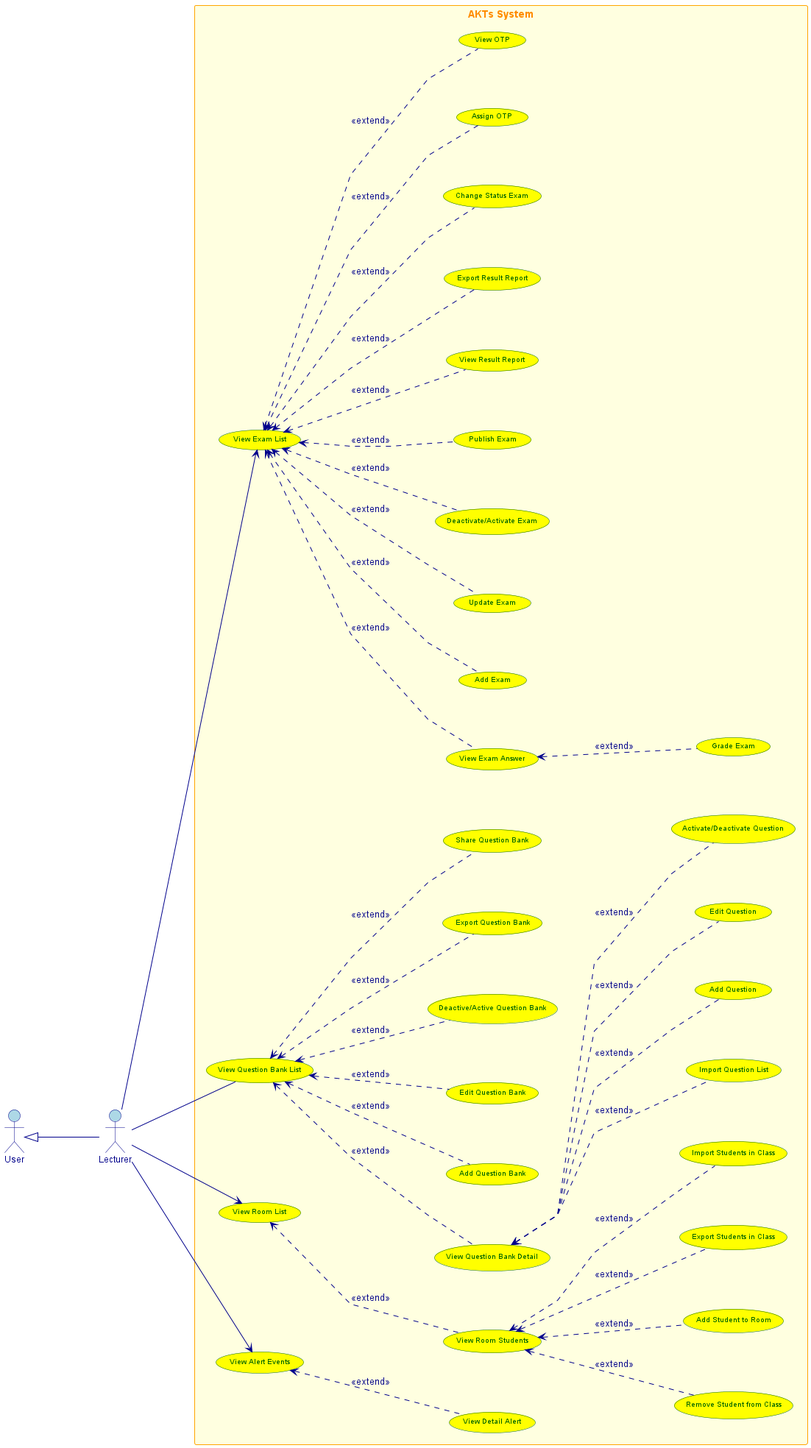
The PlantUML diagram design/out/teacher/teacher.png in conghoan1211/AI-Kiosk-Testing-system, before a commit.
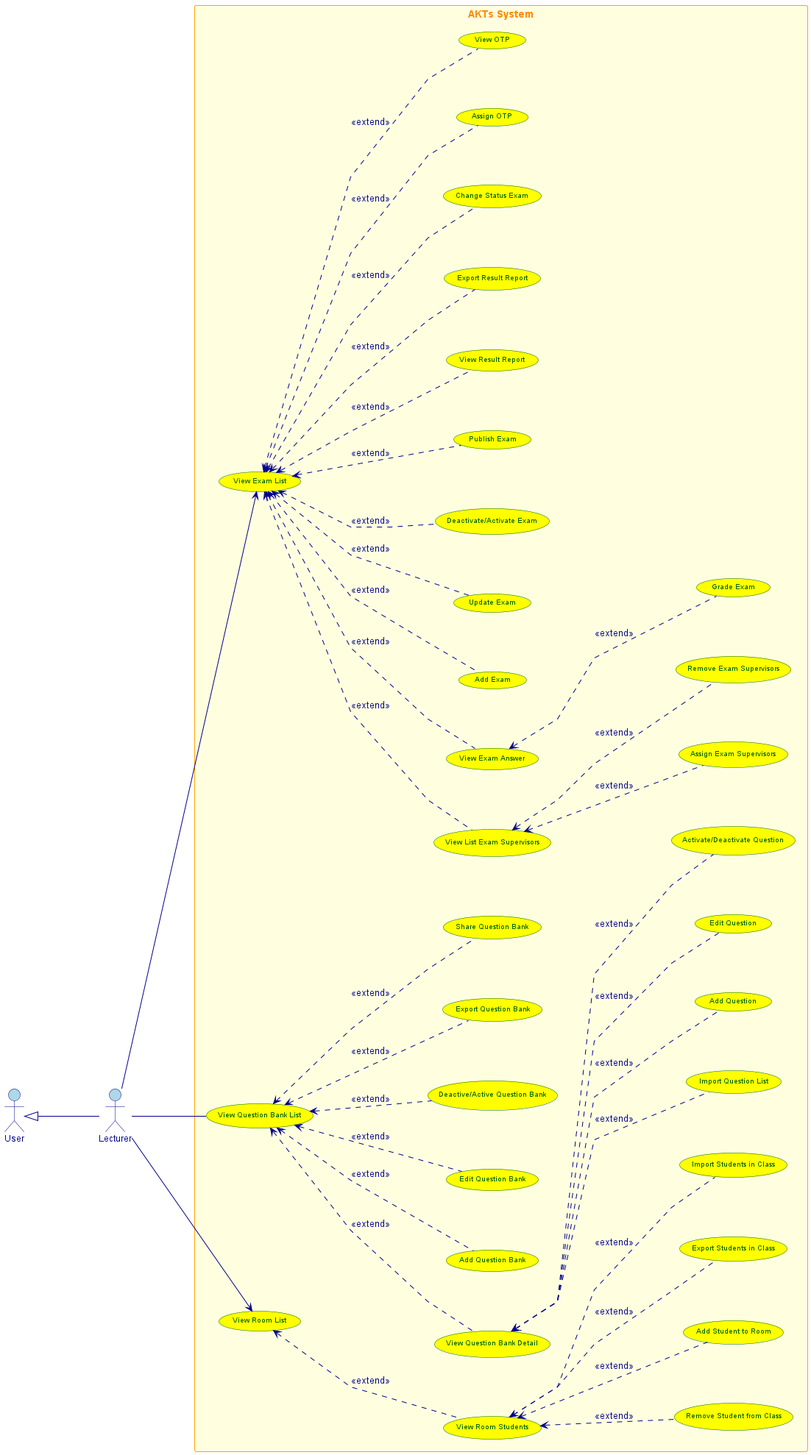
The same file after the commit.

What changed in the source:
```diff
@@ -46,8 +46,6 @@
     usecase "Deactive/Active Question Bank" as UC5
     usecase "Export Question Bank" as UC26
     usecase "Import Question List" as UC27
-    usecase "View Alert Events" as UC6
-    usecase "View Detail Alert" as UC7
     usecase "Add Question" as UC8
     usecase "Edit Question" as UC9
     usecase "Activate/Deactivate Question" as UC10
@@ -70,10 +68,12 @@
     usecase "Change Status Exam" as UC31
     usecase "Assign OTP" as UC32
     usecase "View OTP" as UC33
+    usecase "View List Exam Supervisors" as UC34
+    usecase "Assign Exam Supervisors" as UC35
+    usecase "Remove Exam Supervisors" as UC36
 
 
     Lecturer -- UC1
-    Lecturer --> UC6
     Lecturer --> UC12
     Lecturer --> UC21
 
@@ -83,7 +83,6 @@
     UC4 .u.> UC1 : <<extend>>
     UC5 .u.> UC1 : <<extend>>
     UC11 .u.> UC1 : <<extend>>
-    UC7 .u.> UC6 : <<extend>>
     UC8 .u.> UC2 : <<extend>>
     UC9 .u.> UC2 : <<extend>>
     UC10 .u.> UC2 : <<extend>>
@@ -105,7 +104,9 @@
     UC31 .u.> UC12 : <<extend>>
     UC32 .u.> UC12 : <<extend>>
     UC33 .u.> UC12 : <<extend>>
-
+    UC34 .u.> UC12 : <<extend>>
+    UC35 .u.> UC34 : <<extend>>
+    UC36 .u.> UC34 : <<extend>>
 }
 
 @enduml
```
